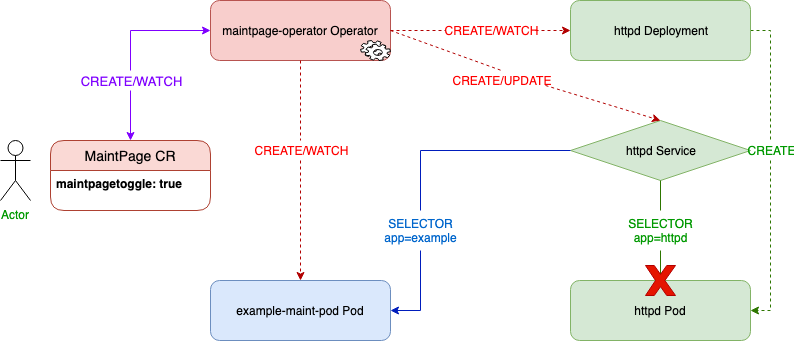
This is maintpage-operator-process.png from bysnupy/maintpage-operator, a draw.io export, as it was before one commit. Source tidied: cells renumbered, new cells last; positions are measured from the earlier drawing's top-left corner, leaving out a move shared by most shapes.
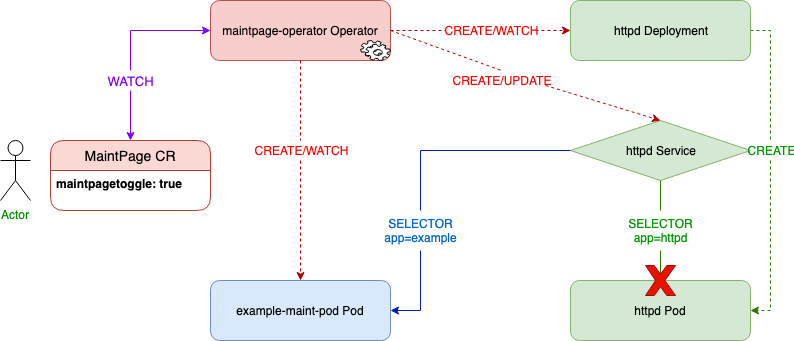
Later version of the same file.

Change to the diagram source:
```diff
@@ -104,7 +104,7 @@
     <mxCell id="30" value="maintpagetoggle: true" style="align=left;strokeColor=none;fillColor=none;spacingLeft=4;fontSize=12;verticalAlign=top;fontStyle=1;" parent="29" vertex="1">
       <mxGeometry y="30" width="160" height="40" as="geometry" />
     </mxCell>
-    <mxCell id="31" value="CREATE/WATCH" style="text;html=1;strokeColor=none;fillColor=none;align=center;verticalAlign=middle;whiteSpace=wrap;rounded=0;fontSize=13;fontColor=#7F00FF;" parent="1" vertex="1">
+    <mxCell id="31" value="WATCH" style="text;html=1;strokeColor=none;fillColor=none;align=center;verticalAlign=middle;whiteSpace=wrap;rounded=0;fontSize=13;fontColor=#7F00FF;" parent="1" vertex="1">
       <mxGeometry x="110" y="70" width="40" height="20" as="geometry" />
     </mxCell>
     <mxCell id="32" style="edgeStyle=orthogonalEdgeStyle;rounded=0;jettySize=auto;html=1;exitX=0.5;exitY=0;exitDx=0;exitDy=0;entryX=0.5;entryY=1;entryDx=0;entryDy=0;startArrow=classic;startFill=1;endArrow=none;endFill=0;strokeColor=#7F00FF;strokeWidth=1;fontSize=13;fontColor=#7F00FF;" parent="1" edge="1" source="29" target="31">
```
